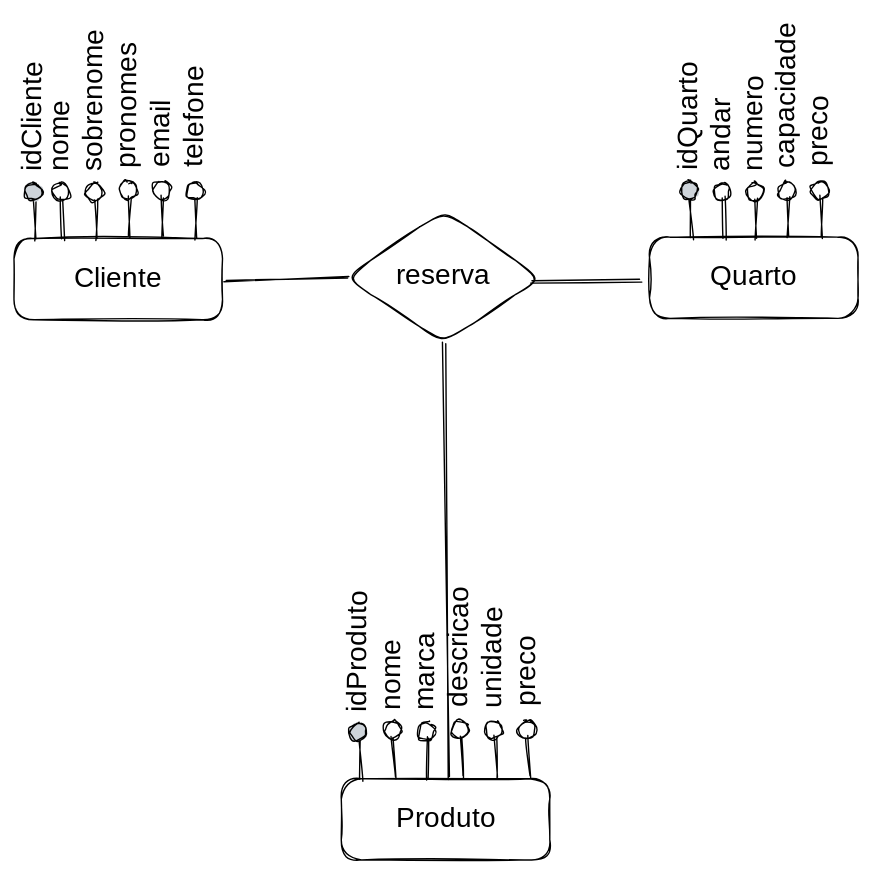
The Excalidraw diagram .gitbook/assets/file.excalidraw (14).svg in francojoao/gb-banco-de-dados, before a commit. Source tidied: one line per element, renumbered; positions are measured from the earlier drawing's top-left corner, leaving out a move shared by most shapes.
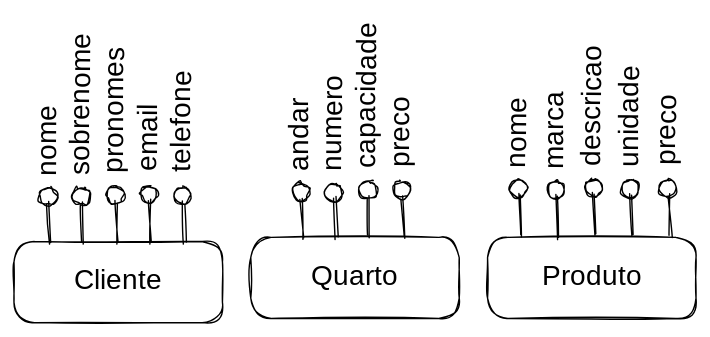
The same diagram one commit later.

Diff of the diagram source:
```diff
@@ -1,62 +1,48 @@
-{"id": 0, "type": "rectangle", "strokeColor": "#000000", "strokeWidth": 1, "roughness": 1, "round": true, "x": 28, "y": 118, "width": 149, "height": 58}
+{"id": 62, "type": "rectangle", "strokeColor": "#000000", "strokeWidth": 1, "roughness": 1, "round": true, "x": 3, "y": 55, "width": 149, "height": 58}
+{"id": 38, "type": "text", "text": "Produto", "strokeColor": "#000000", "strokeWidth": 1, "roughness": 1, "fontSize": 20, "fontFamily": 1, "textAlign": "center", "verticalAlign": "middle", "inside": 62, "x": 38, "y": 72, "width": 80, "height": 23}
+{"id": 63, "type": "rectangle", "strokeColor": "#000000", "strokeWidth": 1, "roughness": 1, "round": true, "x": -335, "y": 58, "width": 149, "height": 58}
-{"id": 1, "type": "text", "text": "Cliente", "strokeColor": "#000000", "strokeWidth": 1, "roughness": 1, "fontSize": 20, "fontFamily": 1, "textAlign": "center", "verticalAlign": "middle", "inside": 0, "x": 69, "y": 135, "width": 67, "height": 23}
+{"id": 1, "type": "text", "text": "Cliente", "strokeColor": "#000000", "strokeWidth": 1, "roughness": 1, "fontSize": 20, "fontFamily": 1, "textAlign": "center", "verticalAlign": "middle", "inside": 63, "x": -294, "y": 75, "width": 67, "height": 23}
-{"id": 2, "type": "line", "strokeColor": "#000000", "strokeWidth": 1, "roughness": 1, "round": true, "x": 62, "y": 89, "width": 1, "height": 29, "points": [[0, 0], [1, 29]]}
-{"id": 3, "type": "ellipse", "strokeColor": "#000000", "strokeWidth": 1, "roughness": 1, "round": true, "x": 55, "y": 78, "width": 12, "height": 13}
-{"id": 4, "type": "text", "text": "nome", "strokeColor": "#000000", "angle": 4.72, "strokeWidth": 1, "roughness": 1, "fontSize": 20, "fontFamily": 1, "x": 38, "y": 34, "width": 46, "height": 25}
-{"id": 5, "type": "line", "strokeColor": "#000000", "strokeWidth": 1, "roughness": 1, "round": true, "x": 86, "y": 89, "width": 1, "height": 29, "points": [[0, 0], [1, 29]]}
-{"id": 6, "type": "ellipse", "strokeColor": "#000000", "strokeWidth": 1, "roughness": 1, "round": true, "x": 79, "y": 78, "width": 12, "height": 13}
+{"id": 64, "type": "line", "strokeColor": "#000000", "strokeWidth": 1, "roughness": 1, "round": true, "x": -310, "y": 30, "width": 1, "height": 29, "points": [[0, 0], [1, 29]]}
+{"id": 65, "type": "ellipse", "strokeColor": "#000000", "strokeWidth": 1, "roughness": 1, "round": true, "x": -317, "y": 19, "width": 12, "height": 13}
+{"id": 66, "type": "text", "text": "nome", "strokeColor": "#000000", "angle": 4.72, "strokeWidth": 1, "roughness": 1, "fontSize": 20, "fontFamily": 1, "x": -334, "y": -24, "width": 46, "height": 25}
+{"id": 67, "type": "line", "strokeColor": "#000000", "strokeWidth": 1, "roughness": 1, "round": true, "x": -286, "y": 30, "width": 1, "height": 29, "points": [[0, 0], [1, 29]]}
+{"id": 68, "type": "ellipse", "strokeColor": "#000000", "strokeWidth": 1, "roughness": 1, "round": true, "x": -293, "y": 19, "width": 12, "height": 13}
-{"id": 7, "type": "text", "text": "sobrenome", "strokeColor": "#000000", "angle": 4.72, "strokeWidth": 1, "roughness": 1, "fontSize": 20, "fontFamily": 1, "x": 36, "y": 8, "width": 98, "height": 25}
+{"id": 7, "type": "text", "text": "sobrenome", "strokeColor": "#000000", "angle": 4.72, "strokeWidth": 1, "roughness": 1, "fontSize": 20, "fontFamily": 1, "x": -336, "y": -51, "width": 98, "height": 25}
-{"id": 8, "type": "line", "strokeColor": "#000000", "strokeWidth": 1, "roughness": 1, "round": true, "x": 110, "y": 88, "width": 1, "height": 29, "points": [[0, 0], [1, 29]]}
-{"id": 9, "type": "ellipse", "strokeColor": "#000000", "strokeWidth": 1, "roughness": 1, "round": true, "x": 103, "y": 77, "width": 12, "height": 13}
+{"id": 69, "type": "line", "strokeColor": "#000000", "strokeWidth": 1, "roughness": 1, "round": true, "x": -262, "y": 29, "width": 1, "height": 29, "points": [[0, 0], [1, 29]]}
+{"id": 70, "type": "ellipse", "strokeColor": "#000000", "strokeWidth": 1, "roughness": 1, "round": true, "x": -269, "y": 18, "width": 12, "height": 13}
-{"id": 10, "type": "text", "text": "pronomes", "strokeColor": "#000000", "angle": 4.72, "strokeWidth": 1, "roughness": 1, "fontSize": 20, "fontFamily": 1, "x": 66, "y": 12, "width": 86, "height": 25}
+{"id": 10, "type": "text", "text": "pronomes", "strokeColor": "#000000", "angle": 4.72, "strokeWidth": 1, "roughness": 1, "fontSize": 20, "fontFamily": 1, "x": -306, "y": -47, "width": 86, "height": 25}
-{"id": 11, "type": "text", "text": "email", "strokeColor": "#000000", "angle": 4.72, "strokeWidth": 1, "roughness": 1, "fontSize": 20, "fontFamily": 1, "x": 109, "y": 29, "width": 49, "height": 25}
+{"id": 11, "type": "text", "text": "email", "strokeColor": "#000000", "angle": 4.72, "strokeWidth": 1, "roughness": 1, "fontSize": 20, "fontFamily": 1, "x": -263, "y": -29, "width": 49, "height": 25}
-{"id": 12, "type": "line", "strokeColor": "#000000", "strokeWidth": 1, "roughness": 1, "round": true, "x": 134, "y": 88, "width": 1, "height": 29, "points": [[0, 0], [1, 29]]}
-{"id": 13, "type": "ellipse", "strokeColor": "#000000", "strokeWidth": 1, "roughness": 1, "round": true, "x": 127, "y": 77, "width": 12, "height": 13}
+{"id": 71, "type": "line", "strokeColor": "#000000", "strokeWidth": 1, "roughness": 1, "round": true, "x": -238, "y": 29, "width": 1, "height": 29, "points": [[0, 0], [1, 29]]}
+{"id": 72, "type": "ellipse", "strokeColor": "#000000", "strokeWidth": 1, "roughness": 1, "round": true, "x": -245, "y": 18, "width": 12, "height": 13}
-{"id": 14, "type": "text", "text": "telefone", "strokeColor": "#000000", "angle": 4.72, "strokeWidth": 1, "roughness": 1, "fontSize": 20, "fontFamily": 1, "x": 116, "y": 13, "width": 82, "height": 25}
+{"id": 14, "type": "text", "text": "telefone", "strokeColor": "#000000", "angle": 4.72, "strokeWidth": 1, "roughness": 1, "fontSize": 20, "fontFamily": 1, "x": -256, "y": -45, "width": 82, "height": 25}
-{"id": 15, "type": "line", "strokeColor": "#000000", "strokeWidth": 1, "roughness": 1, "round": true, "x": 158, "y": 89, "width": 1, "height": 29, "points": [[0, 0], [1, 29]]}
-{"id": 16, "type": "ellipse", "strokeColor": "#000000", "strokeWidth": 1, "roughness": 1, "round": true, "x": 151, "y": 78, "width": 12, "height": 13}
-{"id": 17, "type": "line", "strokeColor": "#000000", "strokeWidth": 1, "roughness": 1, "round": true, "x": 42, "y": 89, "width": 1, "height": 29, "points": [[0, 0], [1, 29]]}
-{"id": 18, "type": "ellipse", "strokeColor": "#000000", "backgroundColor": "#ced4da", "fillStyle": "solid", "strokeWidth": 1, "roughness": 1, "round": true, "x": 35, "y": 78, "width": 12, "height": 13}
-{"id": 19, "type": "text", "text": "idCliente", "strokeColor": "#000000", "angle": 4.72, "strokeWidth": 1, "roughness": 1, "fontSize": 20, "fontFamily": 1, "x": 0, "y": 16, "width": 83, "height": 25}
-{"id": 20, "type": "rectangle", "strokeColor": "#000000", "strokeWidth": 1, "roughness": 1, "round": true, "x": 482, "y": 117, "width": 149, "height": 58}
+{"id": 73, "type": "line", "strokeColor": "#000000", "strokeWidth": 1, "roughness": 1, "round": true, "x": -214, "y": 30, "width": 1, "height": 29, "points": [[0, 0], [1, 29]]}
+{"id": 74, "type": "ellipse", "strokeColor": "#000000", "strokeWidth": 1, "roughness": 1, "round": true, "x": -221, "y": 19, "width": 12, "height": 13}
+{"id": 75, "type": "rectangle", "strokeColor": "#000000", "strokeWidth": 1, "roughness": 1, "round": true, "x": -166, "y": 55, "width": 149, "height": 58}
-{"id": 21, "type": "text", "text": "Quarto", "strokeColor": "#000000", "strokeWidth": 1, "roughness": 1, "fontSize": 20, "fontFamily": 1, "textAlign": "center", "verticalAlign": "middle", "inside": 20, "x": 520, "y": 134, "width": 72, "height": 23}
+{"id": 21, "type": "text", "text": "Quarto", "strokeColor": "#000000", "strokeWidth": 1, "roughness": 1, "fontSize": 20, "fontFamily": 1, "textAlign": "center", "verticalAlign": "middle", "inside": 75, "x": -127, "y": 72, "width": 72, "height": 23}
-{"id": 22, "type": "line", "strokeColor": "#000000", "strokeWidth": 1, "roughness": 1, "round": true, "x": 534, "y": 89, "width": 1, "height": 29, "points": [[0, 0], [1, 29]]}
-{"id": 23, "type": "ellipse", "strokeColor": "#000000", "strokeWidth": 1, "roughness": 1, "round": true, "x": 527, "y": 78, "width": 12, "height": 13}
+{"id": 76, "type": "line", "strokeColor": "#000000", "strokeWidth": 1, "roughness": 1, "round": true, "x": -130, "y": 27, "width": 1, "height": 29, "points": [[0, 0], [1, 29]]}
+{"id": 77, "type": "ellipse", "strokeColor": "#000000", "strokeWidth": 1, "roughness": 1, "round": true, "x": -137, "y": 16, "width": 12, "height": 13}
-{"id": 24, "type": "text", "text": "andar", "strokeColor": "#000000", "angle": 4.72, "strokeWidth": 1, "roughness": 1, "fontSize": 20, "fontFamily": 1, "x": 504, "y": 28, "width": 58, "height": 25}
+{"id": 24, "type": "text", "text": "andar", "strokeColor": "#000000", "angle": 4.72, "strokeWidth": 1, "roughness": 1, "fontSize": 20, "fontFamily": 1, "x": -159, "y": -34, "width": 58, "height": 25}
-{"id": 25, "type": "line", "strokeColor": "#000000", "strokeWidth": 1, "roughness": 1, "round": true, "x": 557, "y": 89, "width": 1, "height": 29, "points": [[0, 0], [1, 29]]}
-{"id": 26, "type": "ellipse", "strokeColor": "#000000", "strokeWidth": 1, "roughness": 1, "round": true, "x": 551, "y": 78, "width": 12, "height": 13}
+{"id": 78, "type": "line", "strokeColor": "#000000", "strokeWidth": 1, "roughness": 1, "round": true, "x": -106, "y": 27, "width": 1, "height": 29, "points": [[0, 0], [1, 29]]}
+{"id": 79, "type": "ellipse", "strokeColor": "#000000", "strokeWidth": 1, "roughness": 1, "round": true, "x": -113, "y": 16, "width": 12, "height": 13}
-{"id": 27, "type": "text", "text": "numero", "strokeColor": "#000000", "angle": 4.72, "strokeWidth": 1, "roughness": 1, "fontSize": 20, "fontFamily": 1, "x": 524, "y": 24, "width": 66, "height": 25}
+{"id": 27, "type": "text", "text": "numero", "strokeColor": "#000000", "angle": 4.72, "strokeWidth": 1, "roughness": 1, "fontSize": 20, "fontFamily": 1, "x": -140, "y": -38, "width": 66, "height": 25}
-{"id": 28, "type": "line", "strokeColor": "#000000", "strokeWidth": 1, "roughness": 1, "round": true, "x": 580, "y": 88, "width": 1, "height": 29, "points": [[0, 0], [1, 29]]}
-{"id": 29, "type": "ellipse", "strokeColor": "#000000", "strokeWidth": 1, "roughness": 1, "round": true, "x": 574, "y": 77, "width": 12, "height": 13}
+{"id": 80, "type": "line", "strokeColor": "#000000", "strokeWidth": 1, "roughness": 1, "round": true, "x": -82, "y": 26, "width": 1, "height": 29, "points": [[0, 0], [1, 29]]}
+{"id": 81, "type": "ellipse", "strokeColor": "#000000", "strokeWidth": 1, "roughness": 1, "round": true, "x": -89, "y": 15, "width": 12, "height": 13}
-{"id": 30, "type": "text", "text": "capacidade", "strokeColor": "#000000", "angle": 4.72, "strokeWidth": 1, "roughness": 1, "fontSize": 20, "fontFamily": 1, "x": 525, "y": 0, "width": 110, "height": 25}
+{"id": 30, "type": "text", "text": "capacidade", "strokeColor": "#000000", "angle": 4.72, "strokeWidth": 1, "roughness": 1, "fontSize": 20, "fontFamily": 1, "x": -137, "y": -62, "width": 110, "height": 25}
-{"id": 31, "type": "text", "text": "preco", "strokeColor": "#000000", "angle": 4.72, "strokeWidth": 1, "roughness": 1, "fontSize": 20, "fontFamily": 1, "x": 577, "y": 27, "width": 53, "height": 25}
-{"id": 32, "type": "line", "strokeColor": "#000000", "strokeWidth": 1, "roughness": 1, "round": true, "x": 604, "y": 88, "width": 1, "height": 29, "points": [[0, 0], [1, 29]]}
-{"id": 33, "type": "ellipse", "strokeColor": "#000000", "strokeWidth": 1, "roughness": 1, "round": true, "x": 597, "y": 77, "width": 12, "height": 13}
-{"id": 34, "type": "line", "strokeColor": "#000000", "strokeWidth": 1, "roughness": 1, "round": true, "x": 511, "y": 88, "width": 1, "height": 29, "points": [[0, 0], [1, 29]]}
-{"id": 35, "type": "ellipse", "strokeColor": "#000000", "backgroundColor": "#ced4da", "fillStyle": "solid", "strokeWidth": 1, "roughness": 1, "round": true, "x": 504, "y": 77, "width": 12, "height": 13}
-{"id": 36, "type": "text", "text": "idQuarto", "strokeColor": "#000000", "angle": 4.72, "strokeWidth": 1, "roughness": 1, "fontSize": 20, "fontFamily": 1, "x": 466, "y": 12, "width": 88, "height": 25}
-{"id": 37, "type": "rectangle", "strokeColor": "#000000", "strokeWidth": 1, "roughness": 1, "round": true, "x": 261, "y": 504, "width": 149, "height": 58}
-{"id": 38, "type": "text", "text": "Produto", "strokeColor": "#000000", "strokeWidth": 1, "roughness": 1, "fontSize": 20, "fontFamily": 1, "textAlign": "center", "verticalAlign": "middle", "inside": 37, "x": 296, "y": 521, "width": 80, "height": 23}
-{"id": 39, "type": "line", "strokeColor": "#000000", "strokeWidth": 1, "roughness": 1, "round": true, "x": 298, "y": 474, "width": 1, "height": 29, "points": [[0, 0], [1, 29]]}
-{"id": 40, "type": "ellipse", "strokeColor": "#000000", "strokeWidth": 1, "roughness": 1, "round": true, "x": 292, "y": 463, "width": 12, "height": 13}
-{"id": 41, "type": "text", "text": "nome", "strokeColor": "#000000", "angle": 4.72, "strokeWidth": 1, "roughness": 1, "fontSize": 20, "fontFamily": 1, "x": 275, "y": 419, "width": 46, "height": 25}
-{"id": 42, "type": "line", "strokeColor": "#000000", "strokeWidth": 1, "roughness": 1, "round": true, "x": 323, "y": 475, "width": 1, "height": 29, "points": [[0, 0], [1, 29]]}
-{"id": 43, "type": "ellipse", "strokeColor": "#000000", "strokeWidth": 1, "roughness": 1, "round": true, "x": 316, "y": 464, "width": 12, "height": 13}
+{"id": 82, "type": "text", "text": "preco", "strokeColor": "#000000", "angle": 4.72, "strokeWidth": 1, "roughness": 1, "fontSize": 20, "fontFamily": 1, "x": -85, "y": -35, "width": 53, "height": 25}
+{"id": 83, "type": "line", "strokeColor": "#000000", "strokeWidth": 1, "roughness": 1, "round": true, "x": -58, "y": 26, "width": 1, "height": 29, "points": [[0, 0], [1, 29]]}
+{"id": 84, "type": "ellipse", "strokeColor": "#000000", "strokeWidth": 1, "roughness": 1, "round": true, "x": -65, "y": 15, "width": 12, "height": 13}
+{"id": 85, "type": "line", "strokeColor": "#000000", "strokeWidth": 1, "roughness": 1, "round": true, "x": 26, "y": 25, "width": 1, "height": 29, "points": [[0, 0], [1, 29]]}
+{"id": 86, "type": "ellipse", "strokeColor": "#000000", "strokeWidth": 1, "roughness": 1, "round": true, "x": 19, "y": 14, "width": 12, "height": 13}
+{"id": 87, "type": "text", "text": "nome", "strokeColor": "#000000", "angle": 4.72, "strokeWidth": 1, "roughness": 1, "fontSize": 20, "fontFamily": 1, "x": 2, "y": -30, "width": 46, "height": 25}
+{"id": 88, "type": "line", "strokeColor": "#000000", "strokeWidth": 1, "roughness": 1, "round": true, "x": 52, "y": 26, "width": 1, "height": 29, "points": [[0, 0], [1, 29]]}
+{"id": 89, "type": "ellipse", "strokeColor": "#000000", "strokeWidth": 1, "roughness": 1, "round": true, "x": 46, "y": 15, "width": 12, "height": 13}
-{"id": 44, "type": "text", "text": "marca", "strokeColor": "#000000", "angle": 4.72, "strokeWidth": 1, "roughness": 1, "fontSize": 20, "fontFamily": 1, "x": 292, "y": 412, "width": 60, "height": 25}
+{"id": 44, "type": "text", "text": "marca", "strokeColor": "#000000", "angle": 4.72, "strokeWidth": 1, "roughness": 1, "fontSize": 20, "fontFamily": 1, "x": 22, "y": -36, "width": 60, "height": 25}
-{"id": 45, "type": "line", "strokeColor": "#000000", "strokeWidth": 1, "roughness": 1, "round": true, "x": 371, "y": 474, "width": 1, "height": 29, "points": [[0, 0], [1, 29]]}
-{"id": 46, "type": "ellipse", "strokeColor": "#000000", "strokeWidth": 1, "roughness": 1, "round": true, "x": 364, "y": 463, "width": 12, "height": 13}
+{"id": 90, "type": "line", "strokeColor": "#000000", "strokeWidth": 1, "roughness": 1, "round": true, "x": 106, "y": 25, "width": 1, "height": 29, "points": [[0, 0], [1, 29]]}
+{"id": 91, "type": "ellipse", "strokeColor": "#000000", "strokeWidth": 1, "roughness": 1, "round": true, "x": 99, "y": 14, "width": 12, "height": 13}
-{"id": 47, "type": "text", "text": "unidade", "strokeColor": "#000000", "angle": 4.72, "strokeWidth": 1, "roughness": 1, "fontSize": 20, "fontFamily": 1, "x": 333, "y": 404, "width": 74, "height": 25}
+{"id": 47, "type": "text", "text": "unidade", "strokeColor": "#000000", "angle": 4.72, "strokeWidth": 1, "roughness": 1, "fontSize": 20, "fontFamily": 1, "x": 68, "y": -45, "width": 74, "height": 25}
-{"id": 48, "type": "text", "text": "preco", "strokeColor": "#000000", "angle": 4.72, "strokeWidth": 1, "roughness": 1, "fontSize": 20, "fontFamily": 1, "x": 368, "y": 413, "width": 53, "height": 25}
-{"id": 49, "type": "line", "strokeColor": "#000000", "strokeWidth": 1, "roughness": 1, "round": true, "x": 395, "y": 473, "width": 1, "height": 29, "points": [[0, 0], [1, 29]]}
-{"id": 50, "type": "ellipse", "strokeColor": "#000000", "strokeWidth": 1, "roughness": 1, "round": true, "x": 388, "y": 462, "width": 12, "height": 13}
-{"id": 51, "type": "line", "strokeColor": "#000000", "strokeWidth": 1, "roughness": 1, "round": true, "x": 347, "y": 473, "width": 1, "height": 29, "points": [[0, 0], [1, 29]]}
-{"id": 52, "type": "ellipse", "strokeColor": "#000000", "strokeWidth": 1, "roughness": 1, "round": true, "x": 340, "y": 462, "width": 12, "height": 13}
+{"id": 92, "type": "text", "text": "preco", "strokeColor": "#000000", "angle": 4.72, "strokeWidth": 1, "roughness": 1, "fontSize": 20, "fontFamily": 1, "x": 106, "y": -36, "width": 53, "height": 25}
+{"id": 93, "type": "line", "strokeColor": "#000000", "strokeWidth": 1, "roughness": 1, "round": true, "x": 133, "y": 25, "width": 1, "height": 29, "points": [[0, 0], [1, 29]]}
+{"id": 94, "type": "ellipse", "strokeColor": "#000000", "strokeWidth": 1, "roughness": 1, "round": true, "x": 126, "y": 14, "width": 12, "height": 13}
+{"id": 95, "type": "line", "strokeColor": "#000000", "strokeWidth": 1, "roughness": 1, "round": true, "x": 79, "y": 25, "width": 1, "height": 29, "points": [[0, 0], [1, 29]]}
+{"id": 96, "type": "ellipse", "strokeColor": "#000000", "strokeWidth": 1, "roughness": 1, "round": true, "x": 72, "y": 14, "width": 12, "height": 13}
-{"id": 53, "type": "text", "text": "descricao", "strokeColor": "#000000", "angle": 4.72, "strokeWidth": 1, "roughness": 1, "fontSize": 20, "fontFamily": 1, "x": 300, "y": 394, "width": 93, "height": 25}
+{"id": 53, "type": "text", "text": "descricao", "strokeColor": "#000000", "angle": 4.72, "strokeWidth": 1, "roughness": 1, "fontSize": 20, "fontFamily": 1, "x": 32, "y": -55, "width": 93, "height": 25}
-{"id": 54, "type": "line", "strokeColor": "#000000", "strokeWidth": 1, "roughness": 1, "round": true, "x": 274, "y": 475, "width": 1, "height": 29, "points": [[0, 0], [1, 29]]}
-{"id": 55, "type": "ellipse", "strokeColor": "#000000", "backgroundColor": "#ced4da", "fillStyle": "solid", "strokeWidth": 1, "roughness": 1, "round": true, "x": 267, "y": 464, "width": 12, "height": 13}
-{"id": 56, "type": "text", "text": "idProduto", "strokeColor": "#000000", "angle": 4.72, "strokeWidth": 1, "roughness": 1, "fontSize": 20, "fontFamily": 1, "x": 226, "y": 395, "width": 96, "height": 25}
-{"id": 57, "type": "diamond", "strokeColor": "#000000", "strokeWidth": 1, "roughness": 1, "round": true, "x": 265, "y": 98, "width": 139, "height": 95}
-{"id": 58, "type": "text", "text": "reserva", "strokeColor": "#000000", "strokeWidth": 1, "roughness": 1, "fontSize": 20, "fontFamily": 1, "textAlign": "center", "verticalAlign": "middle", "inside": 57, "x": 296, "y": 133, "width": 76, "height": 23}
-{"id": 59, "type": "arrow", "strokeColor": "#000000", "strokeWidth": 1, "roughness": 1, "round": true, "from": 20, "x": 476, "y": 148, "width": 78, "height": 0, "points": [[0, 0], [-78, 0]]}
-{"id": 60, "type": "arrow", "strokeColor": "#000000", "strokeWidth": 1, "roughness": 1, "round": true, "from": 0, "x": 179, "y": 149, "width": 88, "height": 3, "points": [[0, 0], [88, -3]]}
-{"id": 61, "type": "arrow", "strokeColor": "#000000", "strokeWidth": 1, "roughness": 1, "round": true, "from": 37, "x": 338, "y": 503, "width": 3, "height": 310, "points": [[0, 0], [-3, -310]]}
```
